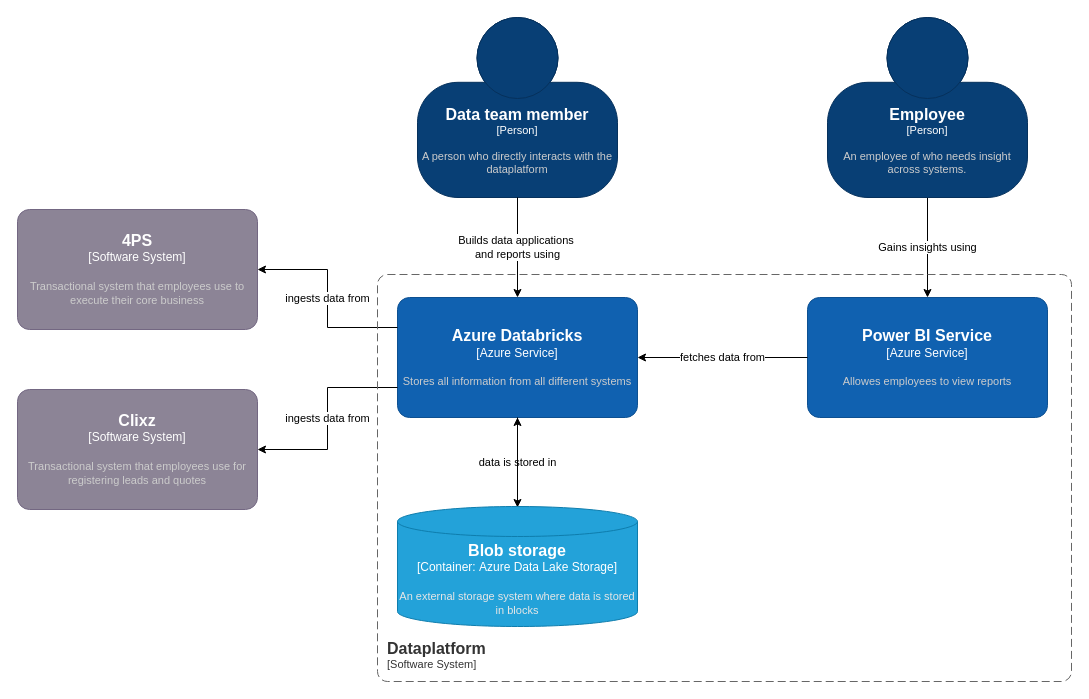
This is page "1.1 Dataplatform" (2 of 3) of Dataplatform Model.drawio from ferdyh/c4, a draw.io file, before an edit. Source tidied: cells renumbered, new cells numbered last; positions are measured from the earlier drawing's top-left corner, leaving out a move shared by most shapes. Both pictures are drawn from the tidied source at 100%, with x=0, y=0 at pixel (17, 17).
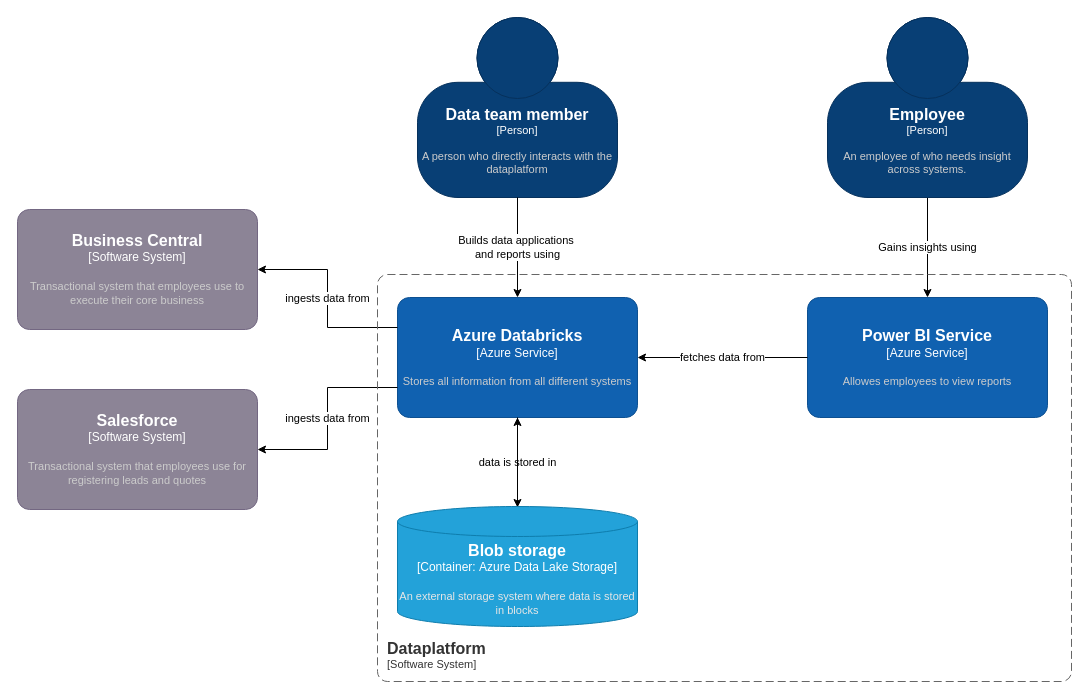
After the change.

What changed in the source:
```diff
@@
-    <object id="10" label="&lt;font style=&quot;font-size: 16px&quot;&gt;&lt;b&gt;%c4Name%&lt;/b&gt;&lt;/font&gt;&lt;div&gt;[%c4Type%]&lt;/div&gt;&lt;br&gt;&lt;div&gt;&lt;font style=&quot;font-size: 11px&quot;&gt;&lt;font color=&quot;#cccccc&quot;&gt;%c4Description%&lt;/font&gt;&lt;/div&gt;" c4Description="Transactional system that employees use to execute their core business" c4Name="4PS" c4Type="Software System" placeholders="1">
+    <object id="10" label="&lt;font style=&quot;font-size: 16px&quot;&gt;&lt;b&gt;%c4Name%&lt;/b&gt;&lt;/font&gt;&lt;div&gt;[%c4Type%]&lt;/div&gt;&lt;br&gt;&lt;div&gt;&lt;font style=&quot;font-size: 11px&quot;&gt;&lt;font color=&quot;#cccccc&quot;&gt;%c4Description%&lt;/font&gt;&lt;/div&gt;" c4Description="Transactional system that employees use to execute their core business" c4Name="Business Central" c4Type="Software System" placeholders="1">
       <mxCell style="rounded=1;whiteSpace=wrap;html=1;labelBackgroundColor=none;fillColor=#8C8496;fontColor=#ffffff;align=center;arcSize=10;strokeColor=#736782;points=[[0.25,0,0],[0.5,0,0],[0.75,0,0],[1,0.25,0],[1,0.5,0],[1,0.75,0],[0.75,1,0],[0.5,1,0],[0.25,1,0],[0,0.75,0],[0,0.5,0],[0,0.25,0]];" parent="1" vertex="1">
         <mxGeometry y="192" width="240" height="120" as="geometry" />
       </mxCell>
     </object>
@@
-    <object id="12" label="&lt;font style=&quot;font-size: 16px&quot;&gt;&lt;b&gt;%c4Name%&lt;/b&gt;&lt;/font&gt;&lt;div&gt;[%c4Type%]&lt;/div&gt;&lt;br&gt;&lt;div&gt;&lt;font style=&quot;font-size: 11px&quot;&gt;&lt;font color=&quot;#cccccc&quot;&gt;%c4Description%&lt;/font&gt;&lt;/div&gt;" c4Description="Transactional system that employees use for registering leads and quotes" c4Name="Clixz" c4Type="Software System" placeholders="1">
+    <object id="12" label="&lt;font style=&quot;font-size: 16px&quot;&gt;&lt;b&gt;%c4Name%&lt;/b&gt;&lt;/font&gt;&lt;div&gt;[%c4Type%]&lt;/div&gt;&lt;br&gt;&lt;div&gt;&lt;font style=&quot;font-size: 11px&quot;&gt;&lt;font color=&quot;#cccccc&quot;&gt;%c4Description%&lt;/font&gt;&lt;/div&gt;" c4Description="Transactional system that employees use for registering leads and quotes" c4Name="Salesforce" c4Type="Software System" placeholders="1">
       <mxCell style="rounded=1;whiteSpace=wrap;html=1;labelBackgroundColor=none;fillColor=#8C8496;fontColor=#ffffff;align=center;arcSize=10;strokeColor=#736782;points=[[0.25,0,0],[0.5,0,0],[0.75,0,0],[1,0.25,0],[1,0.5,0],[1,0.75,0],[0.75,1,0],[0.5,1,0],[0.25,1,0],[0,0.75,0],[0,0.5,0],[0,0.25,0]];" parent="1" vertex="1">
         <mxGeometry y="372" width="240" height="120" as="geometry" />
       </mxCell>
     </object>
```
